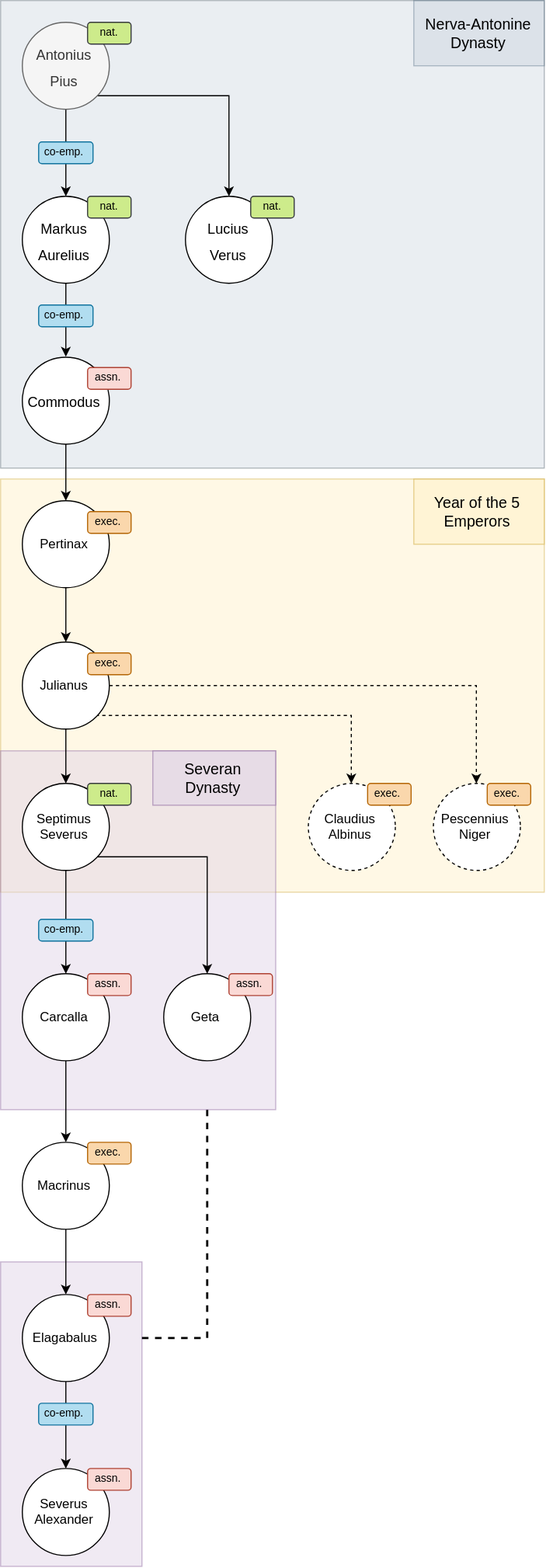
Earlier version of the draw.io export docs/images/example.svg (sazl/succession). Source tidied: cells renumbered, new cells last; positions are measured from the earlier drawing's top-left corner, leaving out a move shared by most shapes. Its diagram source:
```xml
<mxGraphModel>
  <root>
    <mxCell id="0" />
    <mxCell id="1" parent="0" />
    <mxCell id="2" style="whiteSpace=wrap;html=1;fontSize=10;fillColor=#e1d5e7;strokeColor=#9673a6;rounded=0;shadow=0;glass=0;opacity=50;strokeWidth=1;" parent="1" vertex="1">
      <mxGeometry y="1160" width="130" height="280" as="geometry" />
    </mxCell>
    <mxCell id="3" style="whiteSpace=wrap;html=1;fontSize=10;fillColor=#fff2cc;strokeColor=#d6b656;rounded=0;shadow=0;glass=0;opacity=50;strokeWidth=1;gradientColor=none;" parent="1" vertex="1">
      <mxGeometry y="440" width="500" height="380" as="geometry" />
    </mxCell>
    <mxCell id="4" style="edgeStyle=orthogonalEdgeStyle;rounded=0;html=1;exitX=0.75;exitY=1;entryX=1;entryY=0.25;jettySize=auto;fontSize=10;dashed=1;endArrow=none;endFill=0;strokeWidth=2;" parent="1" edge="1" source="5" target="2">
      <mxGeometry relative="1" as="geometry" />
    </mxCell>
    <mxCell id="5" style="whiteSpace=wrap;html=1;fontSize=10;fillColor=#e1d5e7;strokeColor=#9673a6;rounded=0;shadow=0;glass=0;opacity=50;strokeWidth=1;" parent="1" vertex="1">
      <mxGeometry y="690" width="253" height="330" as="geometry" />
    </mxCell>
    <mxCell id="6" style="whiteSpace=wrap;html=1;fontSize=10;fillColor=#bac8d3;strokeColor=#132533;gradientColor=none;rounded=0;shadow=0;glass=0;opacity=30;strokeWidth=1;comic=0;" parent="1" vertex="1">
      <mxGeometry width="500" height="430" as="geometry" />
    </mxCell>
    <mxCell id="7" style="edgeStyle=orthogonalEdgeStyle;rounded=0;html=1;exitX=0.5;exitY=1;entryX=0.5;entryY=0;jettySize=auto;fontSize=20;" parent="1" edge="1" source="8" target="10">
      <mxGeometry relative="1" as="geometry" />
    </mxCell>
    <mxCell id="8" value="&lt;font style=&quot;font-size: 13px&quot;&gt;Commodus&lt;/font&gt;&lt;br&gt;" style="ellipse;whiteSpace=wrap;html=1;fontSize=20;" parent="1" vertex="1">
      <mxGeometry x="20" y="327.5" width="80" height="80" as="geometry" />
    </mxCell>
    <mxCell id="9" style="edgeStyle=orthogonalEdgeStyle;rounded=0;html=1;entryX=0.5;entryY=0;jettySize=auto;fontSize=10;" parent="1" edge="1" source="10" target="14">
      <mxGeometry relative="1" as="geometry" />
    </mxCell>
    <mxCell id="10" value="Pertinax" style="ellipse;whiteSpace=wrap;html=1;" parent="1" vertex="1">
      <mxGeometry x="20" y="460" width="80" height="80" as="geometry" />
    </mxCell>
    <mxCell id="11" style="edgeStyle=orthogonalEdgeStyle;rounded=0;html=1;entryX=0.5;entryY=0;jettySize=auto;fontSize=10;" parent="1" edge="1" source="14" target="17">
      <mxGeometry relative="1" as="geometry" />
    </mxCell>
    <mxCell id="12" style="edgeStyle=orthogonalEdgeStyle;rounded=0;html=1;exitX=1;exitY=1;entryX=0.5;entryY=0;jettySize=auto;fontSize=10;dashed=1;" parent="1" edge="1" source="14" target="32">
      <mxGeometry relative="1" as="geometry" />
    </mxCell>
    <mxCell id="13" style="edgeStyle=orthogonalEdgeStyle;rounded=0;html=1;exitX=1;exitY=0.5;entryX=0.5;entryY=0;jettySize=auto;fontSize=10;dashed=1;" parent="1" edge="1" source="14" target="33">
      <mxGeometry relative="1" as="geometry" />
    </mxCell>
    <mxCell id="14" value="Julianus" style="ellipse;whiteSpace=wrap;html=1;" parent="1" vertex="1">
      <mxGeometry x="20" y="590" width="80" height="80" as="geometry" />
    </mxCell>
    <mxCell id="15" style="edgeStyle=orthogonalEdgeStyle;rounded=0;html=1;entryX=0.5;entryY=0;jettySize=auto;fontSize=10;" parent="1" edge="1" source="17" target="39">
      <mxGeometry relative="1" as="geometry" />
    </mxCell>
    <mxCell id="16" style="edgeStyle=orthogonalEdgeStyle;rounded=0;html=1;exitX=1;exitY=1;entryX=0.5;entryY=0;jettySize=auto;fontSize=10;" parent="1" edge="1" source="17" target="40">
      <mxGeometry relative="1" as="geometry" />
    </mxCell>
    <mxCell id="17" value="Septimus&lt;br&gt;Severus&lt;br&gt;" style="ellipse;whiteSpace=wrap;html=1;" parent="1" vertex="1">
      <mxGeometry x="20" y="720" width="80" height="80" as="geometry" />
    </mxCell>
    <mxCell id="18" value="assn." style="rounded=1;whiteSpace=wrap;html=1;fontSize=10;fillColor=#fad9d5;strokeColor=#ae4132;" parent="1" vertex="1">
      <mxGeometry x="80" y="337.5" width="40" height="20" as="geometry" />
    </mxCell>
    <mxCell id="19" style="edgeStyle=orthogonalEdgeStyle;rounded=0;html=1;exitX=0.5;exitY=1;entryX=0.5;entryY=0;jettySize=auto;fontSize=10;" parent="1" edge="1" source="20" target="8">
      <mxGeometry relative="1" as="geometry" />
    </mxCell>
    <mxCell id="20" value="&lt;font style=&quot;font-size: 13px ; line-height: 100%&quot;&gt;&lt;font style=&quot;font-size: 13px&quot;&gt;Markus&lt;br&gt;&lt;/font&gt;Aurelius&lt;/font&gt;&lt;br&gt;" style="ellipse;whiteSpace=wrap;html=1;fontSize=20;spacing=2;" parent="1" vertex="1">
      <mxGeometry x="20" y="180" width="80" height="80" as="geometry" />
    </mxCell>
    <mxCell id="21" value="nat." style="rounded=1;whiteSpace=wrap;html=1;fontSize=10;fillColor=#cdeb8b;strokeColor=#36393d;" parent="1" vertex="1">
      <mxGeometry x="80" y="180" width="40" height="20" as="geometry" />
    </mxCell>
    <mxCell id="22" style="edgeStyle=orthogonalEdgeStyle;rounded=0;html=1;entryX=0.5;entryY=0;jettySize=auto;fontSize=10;" parent="1" edge="1" source="24" target="20">
      <mxGeometry relative="1" as="geometry" />
    </mxCell>
    <mxCell id="23" style="edgeStyle=orthogonalEdgeStyle;rounded=0;html=1;exitX=1;exitY=1;entryX=0.5;entryY=0;jettySize=auto;fontSize=10;" parent="1" edge="1" source="24" target="25">
      <mxGeometry relative="1" as="geometry" />
    </mxCell>
    <mxCell id="24" value="&lt;font style=&quot;font-size: 13px&quot;&gt;Antonius&lt;br&gt;Pius&lt;/font&gt;&lt;br&gt;" style="ellipse;whiteSpace=wrap;html=1;fontSize=20;spacing=2;fillColor=#f5f5f5;strokeColor=#666666;fontColor=#333333;" parent="1" vertex="1">
      <mxGeometry x="20" y="20" width="80" height="80" as="geometry" />
    </mxCell>
    <mxCell id="25" value="&lt;font style=&quot;font-size: 13px&quot;&gt;Lucius&lt;br&gt;Verus&lt;/font&gt;&lt;br&gt;" style="ellipse;whiteSpace=wrap;html=1;fontSize=20;spacing=2;" parent="1" vertex="1">
      <mxGeometry x="170" y="180" width="80" height="80" as="geometry" />
    </mxCell>
    <mxCell id="26" value="nat." style="rounded=1;whiteSpace=wrap;html=1;fontSize=10;fillColor=#cdeb8b;strokeColor=#36393d;" parent="1" vertex="1">
      <mxGeometry x="230" y="180" width="40" height="20" as="geometry" />
    </mxCell>
    <mxCell id="27" value="nat." style="rounded=1;whiteSpace=wrap;html=1;fontSize=10;fillColor=#cdeb8b;strokeColor=#36393d;" parent="1" vertex="1">
      <mxGeometry x="80" y="20" width="40" height="20" as="geometry" />
    </mxCell>
    <mxCell id="28" value="co-emp." style="rounded=1;whiteSpace=wrap;html=1;fontSize=10;fillColor=#b1ddf0;strokeColor=#10739e;" parent="1" vertex="1">
      <mxGeometry x="35" y="130" width="50" height="20" as="geometry" />
    </mxCell>
    <mxCell id="29" value="co-emp." style="rounded=1;whiteSpace=wrap;html=1;fontSize=10;fillColor=#b1ddf0;strokeColor=#10739e;" parent="1" vertex="1">
      <mxGeometry x="35" y="280" width="50" height="20" as="geometry" />
    </mxCell>
    <mxCell id="30" value="&lt;font style=&quot;font-size: 14px&quot;&gt;Nerva-Antonine&lt;br&gt;Dynasty&lt;br&gt;&lt;/font&gt;" style="rounded=0;whiteSpace=wrap;html=1;shadow=0;glass=0;strokeColor=#23445d;strokeWidth=1;fontSize=10;opacity=30;fillColor=#bac8d3;" parent="1" vertex="1">
      <mxGeometry x="380" width="120" height="60" as="geometry" />
    </mxCell>
    <mxCell id="31" value="exec." style="rounded=1;whiteSpace=wrap;html=1;fontSize=10;fillColor=#fad7ac;strokeColor=#b46504;" parent="1" vertex="1">
      <mxGeometry x="80" y="470" width="40" height="20" as="geometry" />
    </mxCell>
    <mxCell id="32" value="Claudius&lt;br&gt;Albinus&lt;br&gt;" style="ellipse;whiteSpace=wrap;html=1;dashed=1;" parent="1" vertex="1">
      <mxGeometry x="282.5" y="720" width="80" height="80" as="geometry" />
    </mxCell>
    <mxCell id="33" value="Pescennius&lt;br&gt;Niger&lt;br&gt;" style="ellipse;whiteSpace=wrap;html=1;dashed=1;" parent="1" vertex="1">
      <mxGeometry x="397.5" y="720" width="80" height="80" as="geometry" />
    </mxCell>
    <mxCell id="34" value="exec." style="rounded=1;whiteSpace=wrap;html=1;fontSize=10;fillColor=#fad7ac;strokeColor=#b46504;" parent="1" vertex="1">
      <mxGeometry x="80" y="600" width="40" height="20" as="geometry" />
    </mxCell>
    <mxCell id="35" value="exec." style="rounded=1;whiteSpace=wrap;html=1;fontSize=10;fillColor=#fad7ac;strokeColor=#b46504;" parent="1" vertex="1">
      <mxGeometry x="337.5" y="720" width="40" height="20" as="geometry" />
    </mxCell>
    <mxCell id="36" value="exec." style="rounded=1;whiteSpace=wrap;html=1;fontSize=10;fillColor=#fad7ac;strokeColor=#b46504;" parent="1" vertex="1">
      <mxGeometry x="447.5" y="720" width="40" height="20" as="geometry" />
    </mxCell>
    <mxCell id="37" value="nat." style="rounded=1;whiteSpace=wrap;html=1;fontSize=10;fillColor=#cdeb8b;strokeColor=#36393d;" parent="1" vertex="1">
      <mxGeometry x="80" y="720" width="40" height="20" as="geometry" />
    </mxCell>
    <mxCell id="38" style="edgeStyle=orthogonalEdgeStyle;rounded=0;html=1;entryX=0.5;entryY=0;jettySize=auto;fontSize=10;" parent="1" edge="1" source="39" target="46">
      <mxGeometry relative="1" as="geometry" />
    </mxCell>
    <mxCell id="39" value="Carcalla&lt;br&gt;" style="ellipse;whiteSpace=wrap;html=1;" parent="1" vertex="1">
      <mxGeometry x="20" y="895" width="80" height="80" as="geometry" />
    </mxCell>
    <mxCell id="40" value="Geta&lt;br&gt;" style="ellipse;whiteSpace=wrap;html=1;" parent="1" vertex="1">
      <mxGeometry x="150" y="895" width="80" height="80" as="geometry" />
    </mxCell>
    <mxCell id="41" value="co-emp." style="rounded=1;whiteSpace=wrap;html=1;fontSize=10;fillColor=#b1ddf0;strokeColor=#10739e;" parent="1" vertex="1">
      <mxGeometry x="35" y="845" width="50" height="20" as="geometry" />
    </mxCell>
    <mxCell id="42" value="assn." style="rounded=1;whiteSpace=wrap;html=1;fontSize=10;fillColor=#fad9d5;strokeColor=#ae4132;" parent="1" vertex="1">
      <mxGeometry x="210" y="895" width="40" height="20" as="geometry" />
    </mxCell>
    <mxCell id="43" value="&lt;font style=&quot;font-size: 14px&quot;&gt;Year of the 5 Emperors&lt;/font&gt;" style="rounded=0;whiteSpace=wrap;html=1;shadow=0;glass=0;strokeColor=#d6b656;strokeWidth=1;fontSize=10;opacity=60;fillColor=#fff2cc;" parent="1" vertex="1">
      <mxGeometry x="380" y="440" width="120" height="60" as="geometry" />
    </mxCell>
    <mxCell id="44" value="assn." style="rounded=1;whiteSpace=wrap;html=1;fontSize=10;fillColor=#fad9d5;strokeColor=#ae4132;" parent="1" vertex="1">
      <mxGeometry x="80" y="895" width="40" height="20" as="geometry" />
    </mxCell>
    <mxCell id="45" style="edgeStyle=orthogonalEdgeStyle;rounded=0;html=1;entryX=0.5;entryY=0;jettySize=auto;fontSize=10;" parent="1" edge="1" source="46" target="49">
      <mxGeometry relative="1" as="geometry" />
    </mxCell>
    <mxCell id="46" value="Macrinus&lt;br&gt;" style="ellipse;whiteSpace=wrap;html=1;" parent="1" vertex="1">
      <mxGeometry x="20" y="1050" width="80" height="80" as="geometry" />
    </mxCell>
    <mxCell id="47" value="exec." style="rounded=1;whiteSpace=wrap;html=1;fontSize=10;fillColor=#fad7ac;strokeColor=#b46504;" parent="1" vertex="1">
      <mxGeometry x="80" y="1050" width="40" height="20" as="geometry" />
    </mxCell>
    <mxCell id="48" style="edgeStyle=orthogonalEdgeStyle;rounded=0;html=1;entryX=0.5;entryY=0;jettySize=auto;fontSize=10;" parent="1" edge="1" source="49" target="50">
      <mxGeometry relative="1" as="geometry" />
    </mxCell>
    <mxCell id="49" value="Elagabalus" style="ellipse;whiteSpace=wrap;html=1;" parent="1" vertex="1">
      <mxGeometry x="20" y="1190" width="80" height="80" as="geometry" />
    </mxCell>
    <mxCell id="50" value="Severus&lt;br&gt;Alexander&lt;br&gt;" style="ellipse;whiteSpace=wrap;html=1;" parent="1" vertex="1">
      <mxGeometry x="20" y="1350" width="80" height="80" as="geometry" />
    </mxCell>
    <mxCell id="51" value="&lt;font style=&quot;font-size: 14px&quot;&gt;Severan&lt;br&gt;Dynasty&lt;br&gt;&lt;/font&gt;" style="rounded=0;whiteSpace=wrap;html=1;shadow=0;glass=0;strokeColor=#9673a6;strokeWidth=1;fontSize=10;opacity=60;fillColor=#e1d5e7;" parent="1" vertex="1">
      <mxGeometry x="140" y="690" width="113" height="50" as="geometry" />
    </mxCell>
    <mxCell id="52" value="co-emp." style="rounded=1;whiteSpace=wrap;html=1;fontSize=10;fillColor=#b1ddf0;strokeColor=#10739e;" parent="1" vertex="1">
      <mxGeometry x="35" y="1290" width="50" height="20" as="geometry" />
    </mxCell>
    <mxCell id="53" value="assn." style="rounded=1;whiteSpace=wrap;html=1;fontSize=10;fillColor=#fad9d5;strokeColor=#ae4132;" parent="1" vertex="1">
      <mxGeometry x="80" y="1190" width="40" height="20" as="geometry" />
    </mxCell>
    <mxCell id="54" value="assn." style="rounded=1;whiteSpace=wrap;html=1;fontSize=10;fillColor=#fad9d5;strokeColor=#ae4132;" parent="1" vertex="1">
      <mxGeometry x="80" y="1350" width="40" height="20" as="geometry" />
    </mxCell>
  </root>
</mxGraphModel>
```
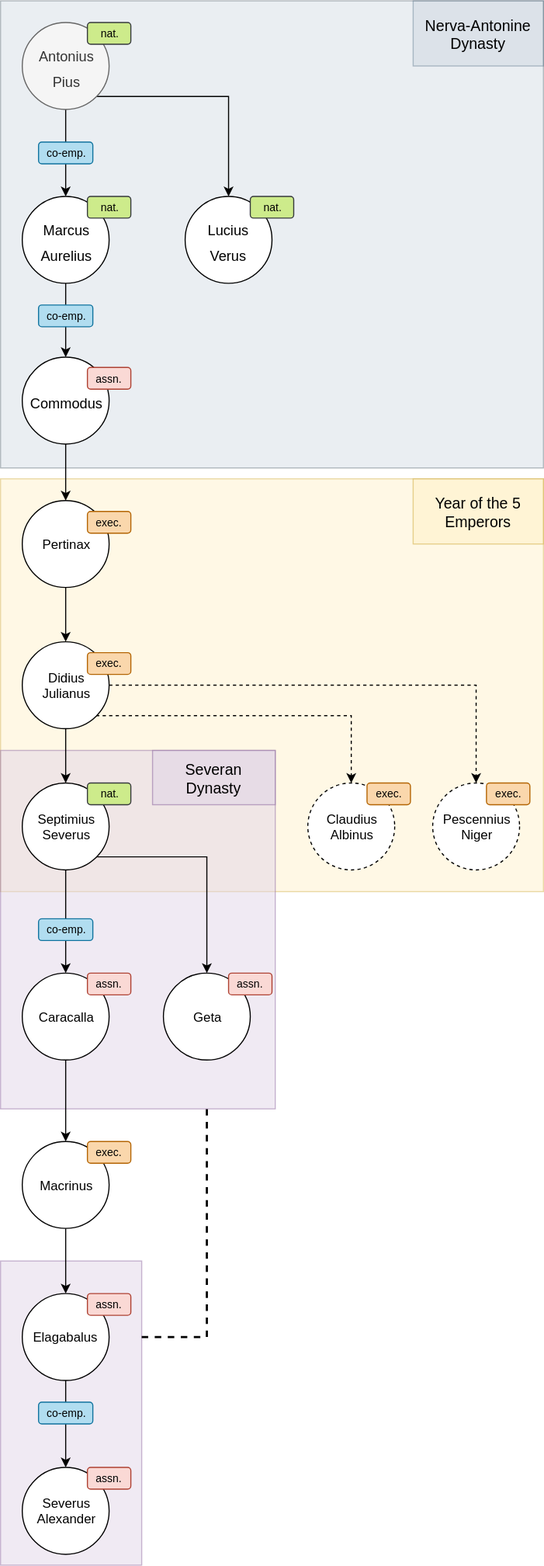
After the change.

What changed in the source:
```diff
@@ -38,7 +38,7 @@
     <mxCell id="13" style="edgeStyle=orthogonalEdgeStyle;rounded=0;html=1;exitX=1;exitY=0.5;entryX=0.5;entryY=0;jettySize=auto;fontSize=10;dashed=1;" parent="1" edge="1" source="14" target="33">
       <mxGeometry relative="1" as="geometry" />
     </mxCell>
-    <mxCell id="14" value="Julianus" style="ellipse;whiteSpace=wrap;html=1;" parent="1" vertex="1">
+    <mxCell id="14" value="Didius&lt;br&gt;Julianus" style="ellipse;whiteSpace=wrap;html=1;" parent="1" vertex="1">
       <mxGeometry x="20" y="590" width="80" height="80" as="geometry" />
     </mxCell>
     <mxCell id="15" style="edgeStyle=orthogonalEdgeStyle;rounded=0;html=1;entryX=0.5;entryY=0;jettySize=auto;fontSize=10;" parent="1" edge="1" source="17" target="39">
@@ -47,7 +47,7 @@
     <mxCell id="16" style="edgeStyle=orthogonalEdgeStyle;rounded=0;html=1;exitX=1;exitY=1;entryX=0.5;entryY=0;jettySize=auto;fontSize=10;" parent="1" edge="1" source="17" target="40">
       <mxGeometry relative="1" as="geometry" />
     </mxCell>
-    <mxCell id="17" value="Septimus&lt;br&gt;Severus&lt;br&gt;" style="ellipse;whiteSpace=wrap;html=1;" parent="1" vertex="1">
+    <mxCell id="17" value="Septimius&lt;br&gt;Severus&lt;br&gt;" style="ellipse;whiteSpace=wrap;html=1;" parent="1" vertex="1">
       <mxGeometry x="20" y="720" width="80" height="80" as="geometry" />
     </mxCell>
     <mxCell id="18" value="assn." style="rounded=1;whiteSpace=wrap;html=1;fontSize=10;fillColor=#fad9d5;strokeColor=#ae4132;" parent="1" vertex="1">
@@ -56,7 +56,7 @@
     <mxCell id="19" style="edgeStyle=orthogonalEdgeStyle;rounded=0;html=1;exitX=0.5;exitY=1;entryX=0.5;entryY=0;jettySize=auto;fontSize=10;" parent="1" edge="1" source="20" target="8">
       <mxGeometry relative="1" as="geometry" />
     </mxCell>
-    <mxCell id="20" value="&lt;font style=&quot;font-size: 13px ; line-height: 100%&quot;&gt;&lt;font style=&quot;font-size: 13px&quot;&gt;Markus&lt;br&gt;&lt;/font&gt;Aurelius&lt;/font&gt;&lt;br&gt;" style="ellipse;whiteSpace=wrap;html=1;fontSize=20;spacing=2;" parent="1" vertex="1">
+    <mxCell id="20" value="&lt;font style=&quot;font-size: 13px ; line-height: 100%&quot;&gt;&lt;font style=&quot;font-size: 13px&quot;&gt;Marcus&lt;br&gt;&lt;/font&gt;Aurelius&lt;/font&gt;&lt;br&gt;" style="ellipse;whiteSpace=wrap;html=1;fontSize=20;spacing=2;" parent="1" vertex="1">
       <mxGeometry x="20" y="180" width="80" height="80" as="geometry" />
     </mxCell>
     <mxCell id="21" value="nat." style="rounded=1;whiteSpace=wrap;html=1;fontSize=10;fillColor=#cdeb8b;strokeColor=#36393d;" parent="1" vertex="1">
@@ -113,7 +113,7 @@
     <mxCell id="38" style="edgeStyle=orthogonalEdgeStyle;rounded=0;html=1;entryX=0.5;entryY=0;jettySize=auto;fontSize=10;" parent="1" edge="1" source="39" target="46">
       <mxGeometry relative="1" as="geometry" />
     </mxCell>
-    <mxCell id="39" value="Carcalla&lt;br&gt;" style="ellipse;whiteSpace=wrap;html=1;" parent="1" vertex="1">
+    <mxCell id="39" value="Caracalla&lt;br&gt;" style="ellipse;whiteSpace=wrap;html=1;" parent="1" vertex="1">
       <mxGeometry x="20" y="895" width="80" height="80" as="geometry" />
     </mxCell>
     <mxCell id="40" value="Geta&lt;br&gt;" style="ellipse;whiteSpace=wrap;html=1;" parent="1" vertex="1">
```
